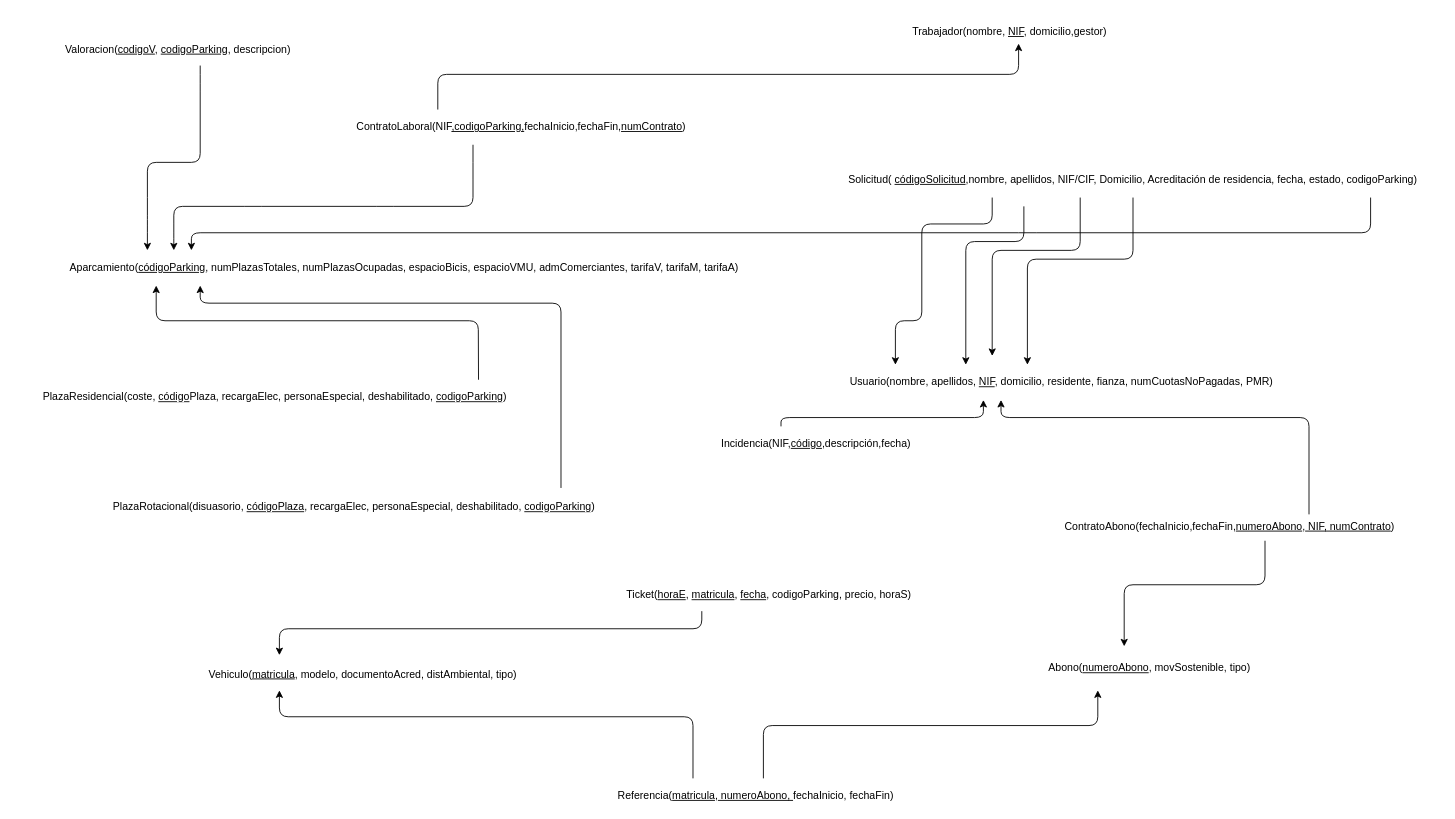
Before: diagrama_relacional.drawio in HylianPablo/ADBD, a draw.io diagram. Source tidied: cells renumbered, new cells numbered last; positions are measured from the earlier drawing's top-left corner, leaving out a move shared by most shapes. Both pictures are drawn from the tidied source at 88%, with x=0, y=0 at pixel (15, 21).
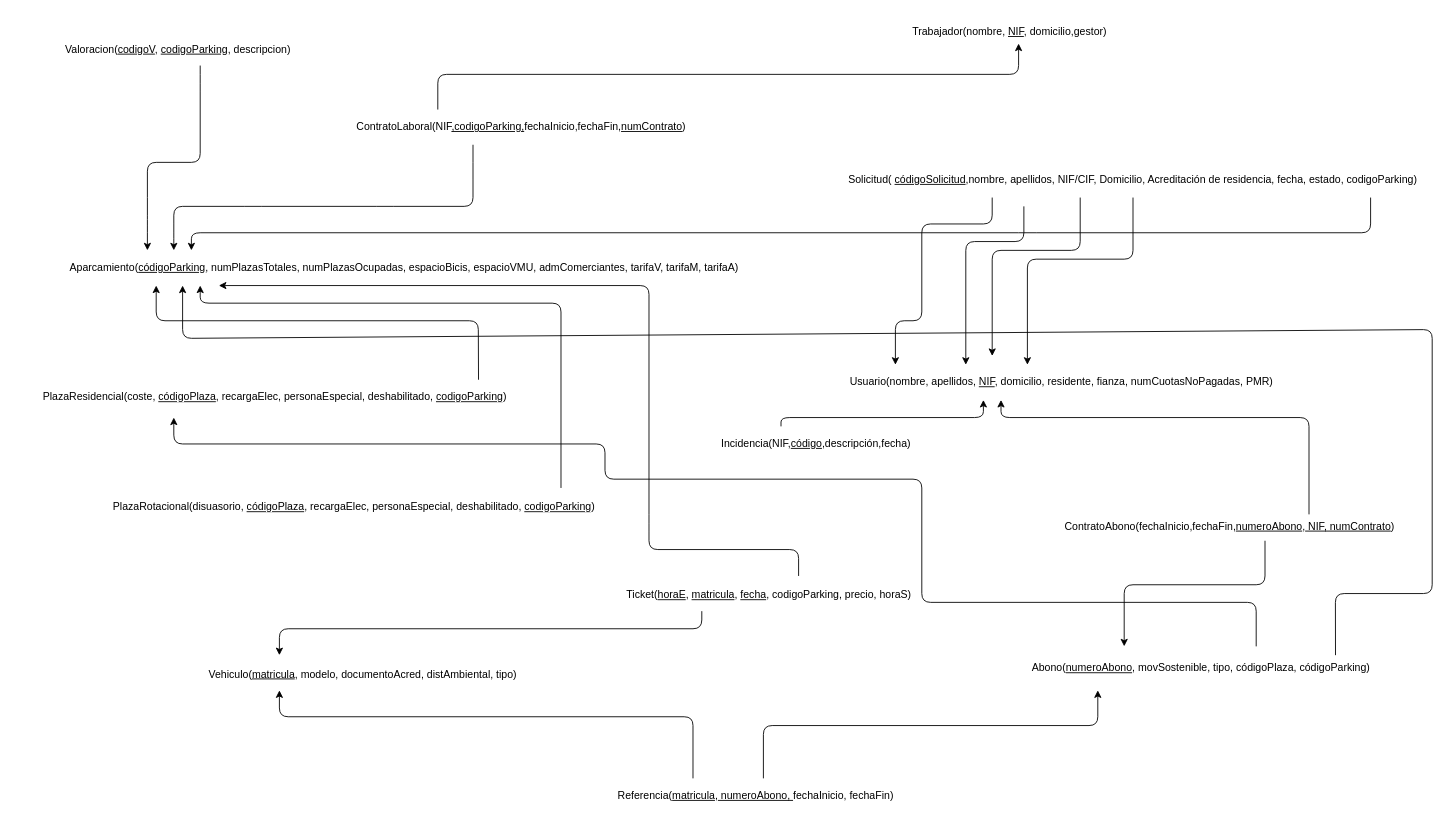
The same page after the edit.

Commit message (it also covers changes not shown here):
Añade y reescribe restricciones, mejora el vpp, mejora el drawio.

Change to the diagram source:
```diff
@@
-    <mxCell id="4" value="&lt;div align=&quot;left&quot;&gt;&lt;span style=&quot;text-decoration: none&quot;&gt;Abono(&lt;/span&gt;&lt;u&gt;numeroAbono&lt;/u&gt;&lt;span style=&quot;text-decoration: none&quot;&gt;, movSostenible, tipo)&lt;/span&gt;&lt;/div&gt;" style="text;html=1;strokeColor=none;fillColor=none;align=center;verticalAlign=middle;whiteSpace=wrap;rounded=0;" parent="1" vertex="1">
-      <mxGeometry x="1143.5" y="720" width="290" height="30" as="geometry" />
+    <mxCell id="4" value="&lt;div align=&quot;left&quot;&gt;&lt;span style=&quot;text-decoration: none&quot;&gt;Abono(&lt;/span&gt;&lt;u&gt;numeroAbono&lt;/u&gt;&lt;span style=&quot;text-decoration: none&quot;&gt;, movSostenible, tipo, códigoPlaza, códigoParking)&lt;/span&gt;&lt;/div&gt;" style="text;html=1;strokeColor=none;fillColor=none;align=center;verticalAlign=middle;whiteSpace=wrap;rounded=0;" parent="1" vertex="1">
+      <mxGeometry x="1144" y="720" width="407" height="30" as="geometry" />
     </mxCell>
@@
-    <mxCell id="6" value="&lt;p style=&quot;margin-bottom: 0cm ; line-height: 100%&quot; align=&quot;left&quot;&gt;&lt;span style=&quot;text-decoration: none&quot;&gt;PlazaResidencial(coste, &lt;/span&gt;&lt;u&gt;código&lt;/u&gt;&lt;span style=&quot;text-decoration: none&quot;&gt;Plaza, recargaElec, personaEspecial, deshabilitado, &lt;/span&gt;&lt;u&gt;codigoParking&lt;/u&gt;&lt;span style=&quot;text-decoration: none&quot;&gt;)&lt;/span&gt;&lt;/p&gt;" style="text;html=1;strokeColor=none;fillColor=none;align=center;verticalAlign=middle;whiteSpace=wrap;rounded=0;" parent="1" vertex="1">
+    <mxCell id="6" value="&lt;p style=&quot;margin-bottom: 0cm ; line-height: 100%&quot; align=&quot;left&quot;&gt;&lt;span style=&quot;text-decoration: none&quot;&gt;PlazaResidencial(coste, &lt;/span&gt;&lt;u&gt;códigoPlaza&lt;/u&gt;&lt;span style=&quot;text-decoration: none&quot;&gt;, recargaElec, personaEspecial, deshabilitado, &lt;/span&gt;&lt;u&gt;codigoParking&lt;/u&gt;&lt;span style=&quot;text-decoration: none&quot;&gt;)&lt;/span&gt;&lt;/p&gt;" style="text;html=1;strokeColor=none;fillColor=none;align=center;verticalAlign=middle;whiteSpace=wrap;rounded=0;" parent="1" vertex="1">
       <mxGeometry y="410" width="590" height="20" as="geometry" />
     </mxCell>
@@
+    <mxCell id="32" style="endArrow=classic;html=1;" parent="1" edge="1">
+      <mxGeometry relative="1" as="geometry">
+        <mxPoint x="890" y="630" as="sourcePoint" />
+        <mxPoint x="231.2" y="300" as="targetPoint" />
+        <Array as="points">
+          <mxPoint x="890" y="600" />
+          <mxPoint x="720" y="600" />
+          <mxPoint x="720" y="570" />
+          <mxPoint x="720" y="300" />
+        </Array>
+      </mxGeometry>
+    </mxCell>
+    <mxCell id="33" style="endArrow=classic;html=1;" parent="1" edge="1">
+      <mxGeometry relative="1" as="geometry">
+        <mxPoint x="1410" y="710" as="sourcePoint" />
+        <mxPoint x="180" y="450" as="targetPoint" />
+        <Array as="points">
+          <mxPoint x="1410" y="660" />
+          <mxPoint x="1030" y="660" />
+          <mxPoint x="1030" y="520" />
+          <mxPoint x="670" y="520" />
+          <mxPoint x="670" y="480" />
+          <mxPoint x="180" y="480" />
+        </Array>
+      </mxGeometry>
+    </mxCell>
+    <mxCell id="34" style="endArrow=classic;html=1;exitX=0.875;exitY=0;exitDx=0;exitDy=0;exitPerimeter=0;" parent="1" edge="1" source="4">
+      <mxGeometry relative="1" as="geometry">
+        <mxPoint x="190" y="300" as="targetPoint" />
+        <Array as="points">
+          <mxPoint x="1500" y="650" />
+          <mxPoint x="1610" y="650" />
+          <mxPoint x="1610" y="350" />
+          <mxPoint x="190" y="360" />
+        </Array>
+      </mxGeometry>
+    </mxCell>
```
